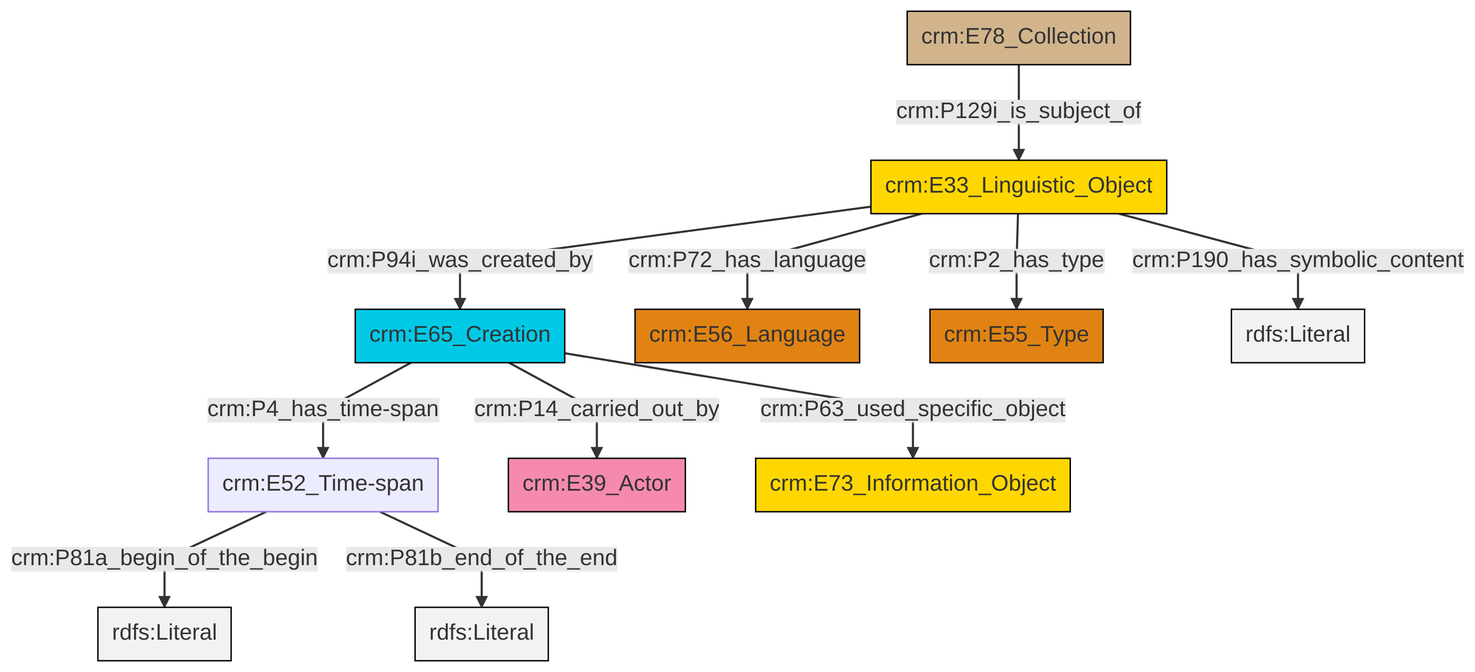
swiss-art-research-net/docs.swissartresearch keeps this Mermaid diagram as et/archivalCSV/ttl/mmd/png/archival_desc.png. Above is the earlier version. Its source is kept beside it as et/archivalCSV/ttl/mmd/archival_desc.ttl.mmd.
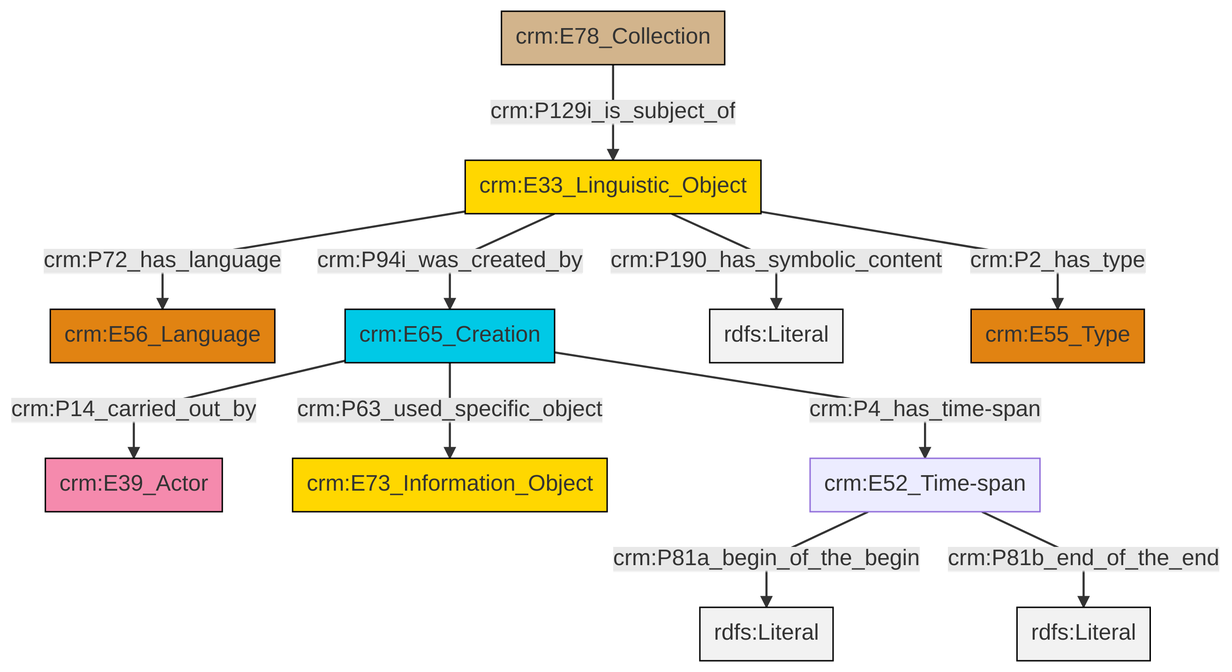
The same diagram one commit later.

Diff of the diagram source:
```diff
@@ -13,13 +13,13 @@
 classDef PC_Classes fill:#4ce600, stroke:#000000;
 classDef Multi fill:#cccccc,stroke:#000000;
 
-0["crm:E65_Creation"]:::Temporal_Entity -->|crm:P4_has_time-span| 1["crm:E52_Time-span"]:::Default
 4["crm:E33_Linguistic_Object"]:::Conceptual_Object -->|crm:P72_has_language| 5["crm:E56_Language"]:::Type
-0["crm:E65_Creation"]:::Temporal_Entity -->|crm:P14_carried_out_by| 2["crm:E39_Actor"]:::Actor
-0["crm:E65_Creation"]:::Temporal_Entity -->|crm:P63_used_specific_object| 9["crm:E73_Information_Object"]:::Conceptual_Object
-4["crm:E33_Linguistic_Object"]:::Conceptual_Object -->|crm:P2_has_type| 10["crm:E55_Type"]:::Type
-4["crm:E33_Linguistic_Object"]:::Conceptual_Object -->|crm:P190_has_symbolic_content| 11[rdfs:Literal]:::Literal
-4["crm:E33_Linguistic_Object"]:::Conceptual_Object -->|crm:P94i_was_created_by| 0["crm:E65_Creation"]:::Temporal_Entity
-1["crm:E52_Time-span"]:::Default -->|crm:P81a_begin_of_the_begin| 12[rdfs:Literal]:::Literal
-1["crm:E52_Time-span"]:::Default -->|crm:P81b_end_of_the_end| 13[rdfs:Literal]:::Literal
-15["crm:E78_Collection"]:::Physical_Thing -->|crm:P129i_is_subject_of| 4["crm:E33_Linguistic_Object"]:::Conceptual_Object
+4["crm:E33_Linguistic_Object"]:::Conceptual_Object -->|crm:P94i_was_created_by| 6["crm:E65_Creation"]:::Temporal_Entity
+4["crm:E33_Linguistic_Object"]:::Conceptual_Object -->|crm:P190_has_symbolic_content| 7[rdfs:Literal]:::Literal
+4["crm:E33_Linguistic_Object"]:::Conceptual_Object -->|crm:P2_has_type| 8["crm:E55_Type"]:::Type
+9["crm:E52_Time-span"]:::Default -->|crm:P81a_begin_of_the_begin| 10[rdfs:Literal]:::Literal
+6["crm:E65_Creation"]:::Temporal_Entity -->|crm:P63_used_specific_object| 2["crm:E73_Information_Object"]:::Conceptual_Object
+12["crm:E78_Collection"]:::Physical_Thing -->|crm:P129i_is_subject_of| 4["crm:E33_Linguistic_Object"]:::Conceptual_Object
+6["crm:E65_Creation"]:::Temporal_Entity -->|crm:P4_has_time-span| 9["crm:E52_Time-span"]:::Default
+9["crm:E52_Time-span"]:::Default -->|crm:P81b_end_of_the_end| 17[rdfs:Literal]:::Literal
+6["crm:E65_Creation"]:::Temporal_Entity -->|crm:P14_carried_out_by| 0["crm:E39_Actor"]:::Actor
```
